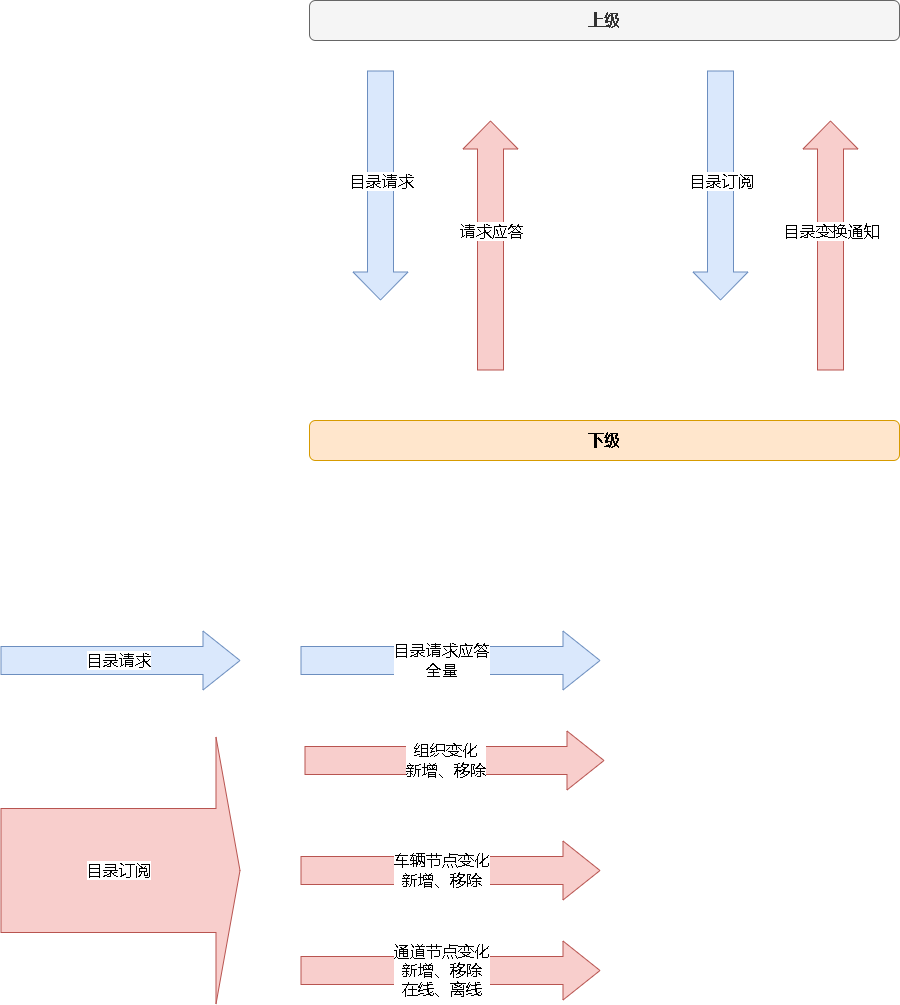
This is 28181.drawio.png from xktder/draw, a draw.io export, as it was before one commit. Source tidied: cells renumbered, new cells last; positions are measured from the earlier drawing's top-left corner, leaving out a move shared by most shapes. The source it was exported from:
```xml
<mxGraphModel>
  <root>
    <mxCell id="0" />
    <mxCell id="1" parent="0" />
    <mxCell id="2" value="&lt;font style=&quot;font-size: 16px;&quot;&gt;&lt;b&gt;上级&lt;/b&gt;&lt;/font&gt;" style="rounded=1;whiteSpace=wrap;html=1;fillColor=#f5f5f5;fontColor=#333333;strokeColor=#666666;" parent="1" vertex="1">
      <mxGeometry x="309" width="590" height="40" as="geometry" />
    </mxCell>
    <mxCell id="3" style="shape=flexArrow;endArrow=classic;html=1;rounded=0;fontSize=16;endWidth=28;endSize=9;width=26;fillColor=#dae8fc;strokeColor=#6c8ebf;" parent="1" edge="1">
      <mxGeometry relative="1" as="geometry">
        <mxPoint x="380" y="70" as="sourcePoint" />
        <mxPoint x="380" y="300" as="targetPoint" />
      </mxGeometry>
    </mxCell>
    <mxCell id="4" value="目录请求" style="edgeLabel;html=1;align=center;verticalAlign=middle;fontSize=16;" parent="3" vertex="1">
      <mxGeometry x="0.23" y="-5" relative="1" as="geometry">
        <mxPoint x="5" y="-32" as="offset" />
      </mxGeometry>
    </mxCell>
    <mxCell id="5" style="shape=flexArrow;endArrow=classic;html=1;rounded=0;fontSize=16;endWidth=28;endSize=9;width=26;fillColor=#dae8fc;strokeColor=#6c8ebf;" parent="1" edge="1">
      <mxGeometry relative="1" as="geometry">
        <mxPoint x="720" y="70" as="sourcePoint" />
        <mxPoint x="720" y="300" as="targetPoint" />
      </mxGeometry>
    </mxCell>
    <mxCell id="6" value="目录订阅" style="edgeLabel;html=1;align=center;verticalAlign=middle;fontSize=16;" parent="5" vertex="1">
      <mxGeometry x="0.23" y="-5" relative="1" as="geometry">
        <mxPoint x="5" y="-32" as="offset" />
      </mxGeometry>
    </mxCell>
    <mxCell id="7" style="shape=flexArrow;endArrow=classic;html=1;rounded=0;fontSize=16;endWidth=28;endSize=9;width=26;fillColor=#f8cecc;strokeColor=#b85450;" parent="1" edge="1">
      <mxGeometry relative="1" as="geometry">
        <mxPoint x="490" y="370" as="sourcePoint" />
        <mxPoint x="490" y="120" as="targetPoint" />
      </mxGeometry>
    </mxCell>
    <mxCell id="8" value="请求应答" style="edgeLabel;html=1;align=center;verticalAlign=middle;fontSize=16;" parent="7" vertex="1">
      <mxGeometry x="0.23" y="-5" relative="1" as="geometry">
        <mxPoint x="-5" y="14" as="offset" />
      </mxGeometry>
    </mxCell>
    <mxCell id="9" style="shape=flexArrow;endArrow=classic;html=1;rounded=0;fontSize=16;endWidth=28;endSize=9;width=26;fillColor=#f8cecc;strokeColor=#b85450;" parent="1" edge="1">
      <mxGeometry relative="1" as="geometry">
        <mxPoint x="830" y="370" as="sourcePoint" />
        <mxPoint x="830" y="120" as="targetPoint" />
      </mxGeometry>
    </mxCell>
    <mxCell id="10" value="目录变换通知" style="edgeLabel;html=1;align=center;verticalAlign=middle;fontSize=16;" parent="9" vertex="1">
      <mxGeometry x="0.23" y="-5" relative="1" as="geometry">
        <mxPoint x="-5" y="14" as="offset" />
      </mxGeometry>
    </mxCell>
    <mxCell id="11" value="&lt;span style=&quot;font-size: 16px;&quot;&gt;&lt;b&gt;下级&lt;/b&gt;&lt;/span&gt;" style="rounded=1;whiteSpace=wrap;html=1;fillColor=#ffe6cc;strokeColor=#d79b00;" parent="1" vertex="1">
      <mxGeometry x="309" y="420" width="590" height="40" as="geometry" />
    </mxCell>
    <mxCell id="12" style="shape=flexArrow;endArrow=classic;html=1;rounded=0;fontSize=16;width=28;endSize=12;endWidth=30;fillColor=#dae8fc;strokeColor=#6c8ebf;" parent="1" edge="1">
      <mxGeometry relative="1" as="geometry">
        <mxPoint x="300" y="660" as="sourcePoint" />
        <mxPoint x="600" y="660" as="targetPoint" />
      </mxGeometry>
    </mxCell>
    <mxCell id="13" value="目录请求应答&lt;br&gt;全量" style="edgeLabel;html=1;align=center;verticalAlign=middle;fontSize=16;" parent="12" vertex="1">
      <mxGeometry x="-0.23" y="1" relative="1" as="geometry">
        <mxPoint x="25" as="offset" />
      </mxGeometry>
    </mxCell>
    <mxCell id="14" style="shape=flexArrow;endArrow=classic;html=1;rounded=0;fontSize=16;width=28;endSize=12;endWidth=30;fillColor=#f8cecc;strokeColor=#b85450;" parent="1" edge="1">
      <mxGeometry relative="1" as="geometry">
        <mxPoint x="304" y="760" as="sourcePoint" />
        <mxPoint x="604" y="760" as="targetPoint" />
      </mxGeometry>
    </mxCell>
    <mxCell id="15" value="组织变化&lt;br&gt;新增、移除" style="edgeLabel;html=1;align=center;verticalAlign=middle;fontSize=16;" parent="14" vertex="1">
      <mxGeometry x="-0.23" y="1" relative="1" as="geometry">
        <mxPoint x="25" as="offset" />
      </mxGeometry>
    </mxCell>
    <mxCell id="16" style="shape=flexArrow;endArrow=classic;html=1;rounded=0;fontSize=16;width=28;endSize=12;endWidth=30;fillColor=#f8cecc;strokeColor=#b85450;" parent="1" edge="1">
      <mxGeometry relative="1" as="geometry">
        <mxPoint x="300" y="870" as="sourcePoint" />
        <mxPoint x="600" y="870" as="targetPoint" />
      </mxGeometry>
    </mxCell>
    <mxCell id="17" value="车辆节点变化&lt;br&gt;新增、移除" style="edgeLabel;html=1;align=center;verticalAlign=middle;fontSize=16;" parent="16" vertex="1">
      <mxGeometry x="-0.23" y="1" relative="1" as="geometry">
        <mxPoint x="25" as="offset" />
      </mxGeometry>
    </mxCell>
    <mxCell id="18" style="shape=flexArrow;endArrow=classic;html=1;rounded=0;fontSize=16;width=28;endSize=12;endWidth=30;fillColor=#f8cecc;strokeColor=#b85450;" parent="1" edge="1">
      <mxGeometry relative="1" as="geometry">
        <mxPoint x="300" y="970" as="sourcePoint" />
        <mxPoint x="600" y="970" as="targetPoint" />
      </mxGeometry>
    </mxCell>
    <mxCell id="19" value="通道节点变化&lt;br&gt;新增、移除&lt;br&gt;在线、离线" style="edgeLabel;html=1;align=center;verticalAlign=middle;fontSize=16;" parent="18" vertex="1">
      <mxGeometry x="-0.23" y="1" relative="1" as="geometry">
        <mxPoint x="25" as="offset" />
      </mxGeometry>
    </mxCell>
    <mxCell id="20" style="shape=flexArrow;endArrow=classic;html=1;rounded=0;fontSize=16;width=28;endSize=12;endWidth=30;fillColor=#dae8fc;strokeColor=#6c8ebf;" parent="1" edge="1">
      <mxGeometry relative="1" as="geometry">
        <mxPoint y="660" as="sourcePoint" />
        <mxPoint x="240" y="660" as="targetPoint" />
      </mxGeometry>
    </mxCell>
    <mxCell id="21" value="目录请求" style="edgeLabel;html=1;align=center;verticalAlign=middle;fontSize=16;" parent="20" vertex="1">
      <mxGeometry x="-0.23" y="1" relative="1" as="geometry">
        <mxPoint x="25" as="offset" />
      </mxGeometry>
    </mxCell>
    <mxCell id="22" style="shape=flexArrow;endArrow=classic;html=1;rounded=0;fontSize=16;width=124;endSize=7.67;endWidth=142;fillColor=#f8cecc;strokeColor=#b85450;" parent="1" edge="1">
      <mxGeometry relative="1" as="geometry">
        <mxPoint y="870" as="sourcePoint" />
        <mxPoint x="240" y="870" as="targetPoint" />
      </mxGeometry>
    </mxCell>
    <mxCell id="23" value="目录订阅" style="edgeLabel;html=1;align=center;verticalAlign=middle;fontSize=16;" parent="22" vertex="1">
      <mxGeometry x="-0.23" y="1" relative="1" as="geometry">
        <mxPoint x="25" as="offset" />
      </mxGeometry>
    </mxCell>
  </root>
</mxGraphModel>
```
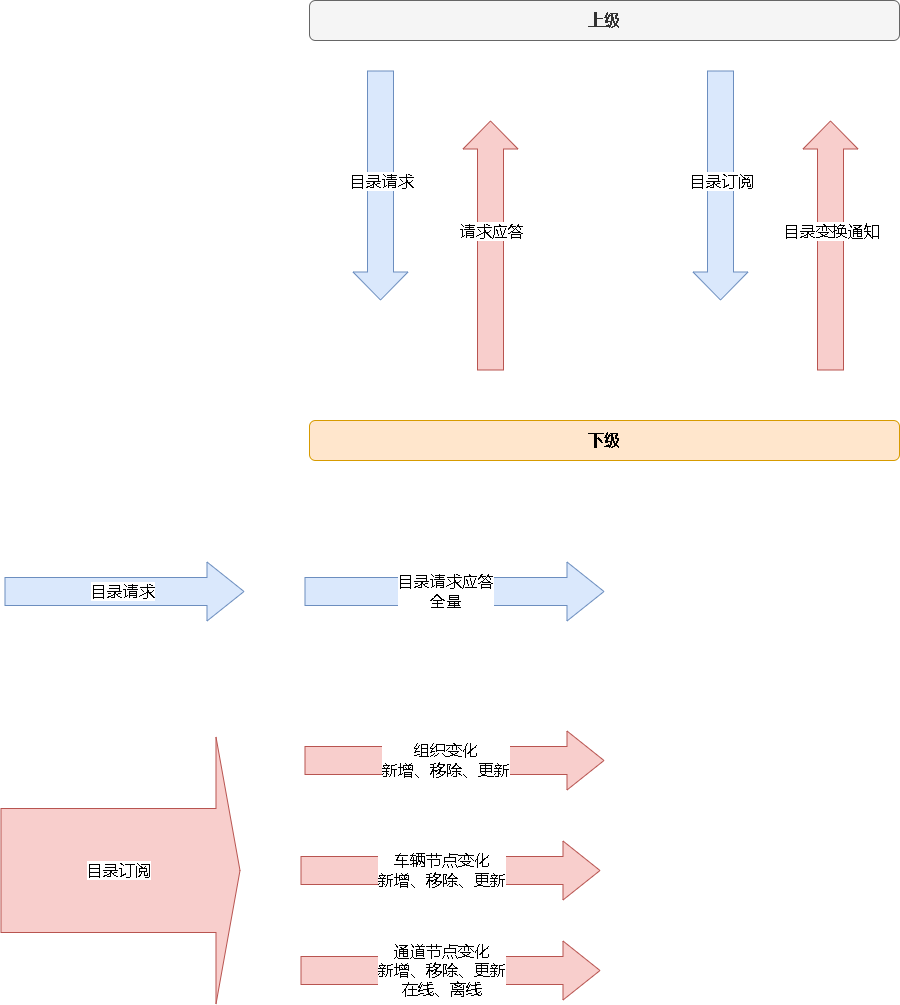
Above is the later version.

The edit, as a diff of the source:
```diff
@@ -54,8 +54,8 @@
     </mxCell>
     <mxCell id="12" style="shape=flexArrow;endArrow=classic;html=1;rounded=0;fontSize=16;width=28;endSize=12;endWidth=30;fillColor=#dae8fc;strokeColor=#6c8ebf;" parent="1" edge="1">
       <mxGeometry relative="1" as="geometry">
-        <mxPoint x="300" y="660" as="sourcePoint" />
-        <mxPoint x="600" y="660" as="targetPoint" />
+        <mxPoint x="304" y="591" as="sourcePoint" />
+        <mxPoint x="604" y="591" as="targetPoint" />
       </mxGeometry>
     </mxCell>
     <mxCell id="13" value="目录请求应答&lt;br&gt;全量" style="edgeLabel;html=1;align=center;verticalAlign=middle;fontSize=16;" parent="12" vertex="1">
@@ -69,7 +69,7 @@
         <mxPoint x="604" y="760" as="targetPoint" />
       </mxGeometry>
     </mxCell>
-    <mxCell id="15" value="组织变化&lt;br&gt;新增、移除" style="edgeLabel;html=1;align=center;verticalAlign=middle;fontSize=16;" parent="14" vertex="1">
+    <mxCell id="15" value="组织变化&lt;br&gt;新增、移除、更新" style="edgeLabel;html=1;align=center;verticalAlign=middle;fontSize=16;" parent="14" vertex="1">
       <mxGeometry x="-0.23" y="1" relative="1" as="geometry">
         <mxPoint x="25" as="offset" />
       </mxGeometry>
@@ -80,7 +80,7 @@
         <mxPoint x="600" y="870" as="targetPoint" />
       </mxGeometry>
     </mxCell>
-    <mxCell id="17" value="车辆节点变化&lt;br&gt;新增、移除" style="edgeLabel;html=1;align=center;verticalAlign=middle;fontSize=16;" parent="16" vertex="1">
+    <mxCell id="17" value="车辆节点变化&lt;br&gt;新增、移除、更新" style="edgeLabel;html=1;align=center;verticalAlign=middle;fontSize=16;" parent="16" vertex="1">
       <mxGeometry x="-0.23" y="1" relative="1" as="geometry">
         <mxPoint x="25" as="offset" />
       </mxGeometry>
@@ -91,15 +91,15 @@
         <mxPoint x="600" y="970" as="targetPoint" />
       </mxGeometry>
     </mxCell>
-    <mxCell id="19" value="通道节点变化&lt;br&gt;新增、移除&lt;br&gt;在线、离线" style="edgeLabel;html=1;align=center;verticalAlign=middle;fontSize=16;" parent="18" vertex="1">
+    <mxCell id="19" value="通道节点变化&lt;br&gt;新增、移除、更新&lt;br&gt;在线、离线" style="edgeLabel;html=1;align=center;verticalAlign=middle;fontSize=16;" parent="18" vertex="1">
       <mxGeometry x="-0.23" y="1" relative="1" as="geometry">
         <mxPoint x="25" as="offset" />
       </mxGeometry>
     </mxCell>
     <mxCell id="20" style="shape=flexArrow;endArrow=classic;html=1;rounded=0;fontSize=16;width=28;endSize=12;endWidth=30;fillColor=#dae8fc;strokeColor=#6c8ebf;" parent="1" edge="1">
       <mxGeometry relative="1" as="geometry">
-        <mxPoint y="660" as="sourcePoint" />
-        <mxPoint x="240" y="660" as="targetPoint" />
+        <mxPoint x="4" y="591" as="sourcePoint" />
+        <mxPoint x="244" y="591" as="targetPoint" />
       </mxGeometry>
     </mxCell>
     <mxCell id="21" value="目录请求" style="edgeLabel;html=1;align=center;verticalAlign=middle;fontSize=16;" parent="20" vertex="1">
```
